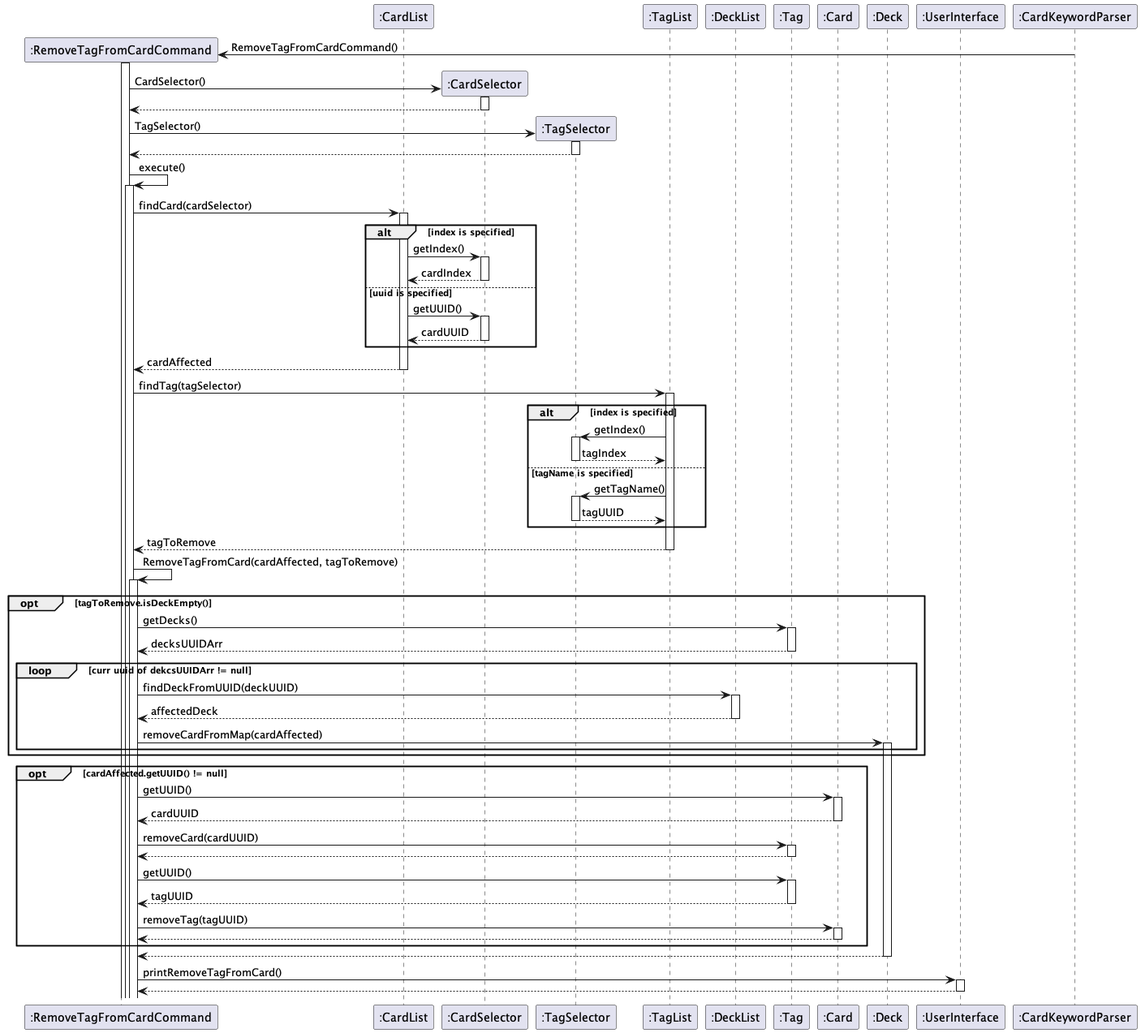
Above: docs/img/CardUntagSequence.png in nus-cs2113-AY2223S2/tp (PlantUML), before the change.
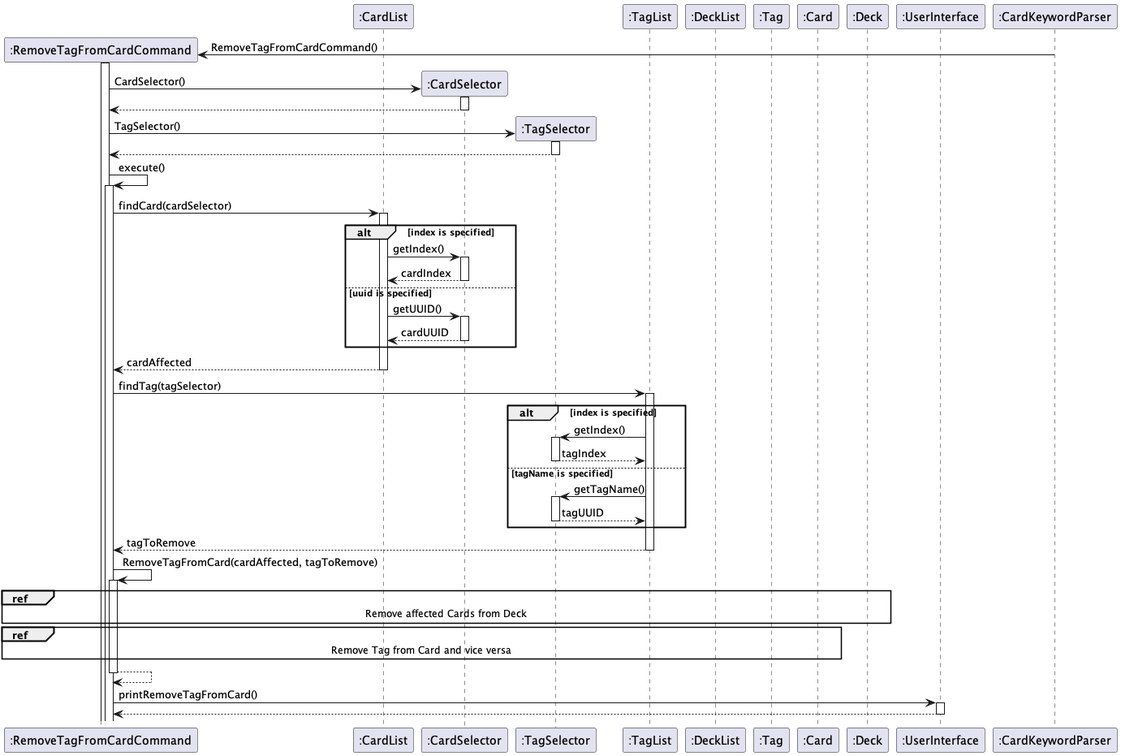
After the change.

What changed in the source:
```diff
@@ -53,28 +53,17 @@
 
 RemoveTagFromCardCommand -> RemoveTagFromCardCommand : RemoveTagFromCard(cardAffected, tagToRemove)
 
-opt tagToRemove.isDeckEmpty()
-RemoveTagFromCardCommand -> Tag : getDecks()
-return decksUUIDArr
-loop curr uuid of dekcsUUIDArr != null
-RemoveTagFromCardCommand -> DeckList : findDeckFromUUID(deckUUID)
-return affectedDeck
-RemoveTagFromCardCommand -> Deck : removeCardFromMap(cardAffected)
 
-end loop
-end
+ref over RemoveTagFromCardCommand, Tag, DeckList, Deck
+Remove affected Cards from Deck
+end ref
 
-opt cardAffected.getUUID() != null
-RemoveTagFromCardCommand -> Card : getUUID()
-return cardUUID
-RemoveTagFromCardCommand -> Tag : removeCard(cardUUID)
-return
-RemoveTagFromCardCommand -> Tag : getUUID()
-return tagUUID
-RemoveTagFromCardCommand -> Card : removeTag(tagUUID)
-return
 
-end
+ref over RemoveTagFromCardCommand, Tag, Card
+Remove Tag from Card and vice versa
+end ref
+
+
 return
 
 RemoveTagFromCardCommand -> UserInterface : printRemoveTagFromCard()
```
